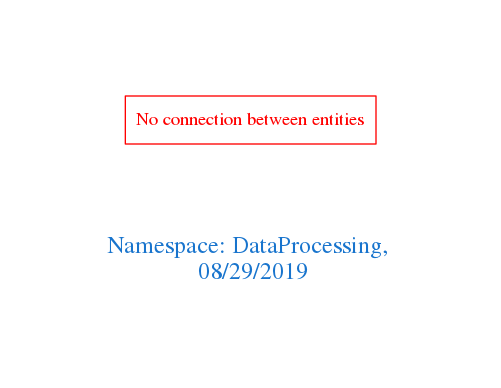
The Graphviz diagram downloads/DataProcessing.png in arago/OGIT, before a commit. Its source is kept beside it as downloads/DataProcessing.dot.
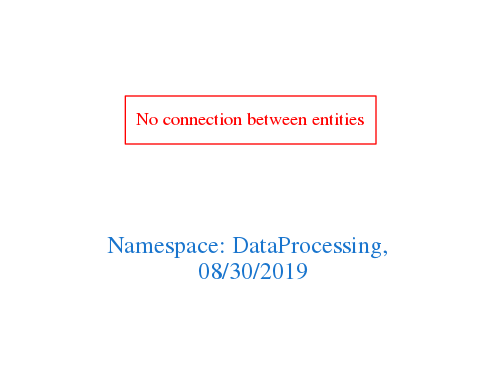
Above is the later version.

Diff of the diagram source:
```diff
@@ -1,7 +1,7 @@
 digraph OGIT_ontology {
  graph [ rankdir= LR,pad=1
 fontsize = 18,
-fontcolor= dodgerblue3,label = "\n\n\nNamespace: DataProcessing, \n 08/29/2019"];
+fontcolor= dodgerblue3,label = "\n\n\nNamespace: DataProcessing, \n 08/30/2019"];
 node[shape=polygon];
 edge [  color="gray81"];
 
```
